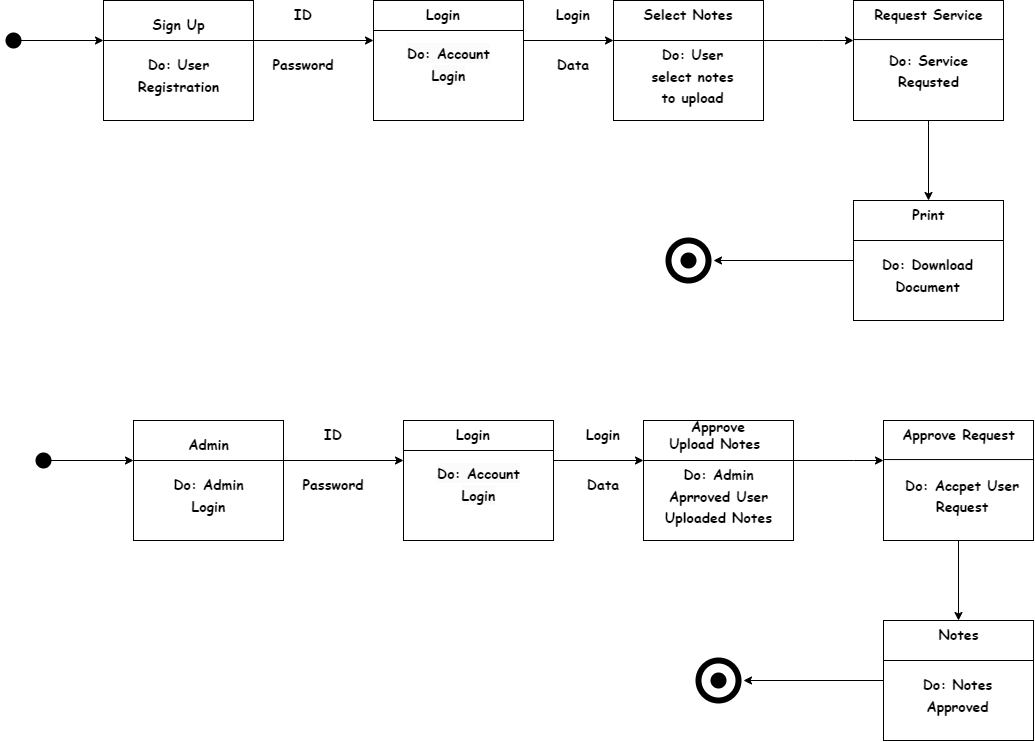
prathamjc/TY-project keeps this draw.io diagram as Diagrams/State Chart.png. Above is the earlier version. Source tidied: cells renumbered, new cells last; positions are measured from the earlier drawing's top-left corner, leaving out a move shared by most shapes.
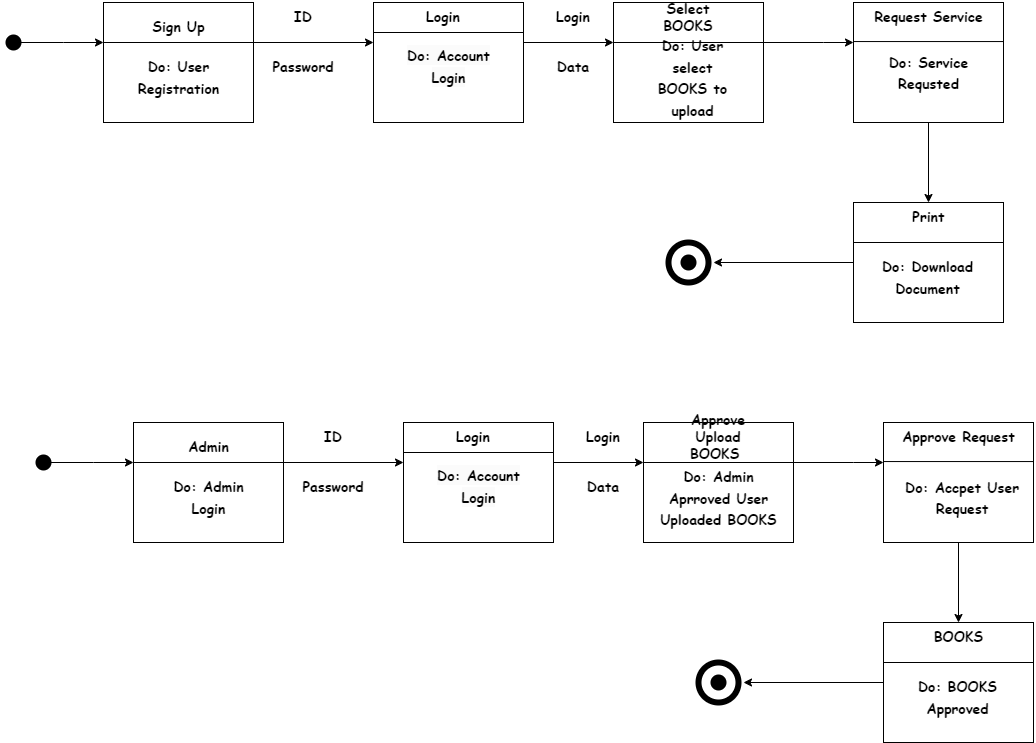
The same file after the commit.

Change to the diagram source:
```diff
@@ -66,10 +66,10 @@
         <mxPoint x="760" y="40" as="targetPoint" />
       </mxGeometry>
     </mxCell>
-    <mxCell id="19" value="&lt;b&gt;Select Notes&lt;/b&gt;" style="text;html=1;strokeColor=none;fillColor=none;align=center;verticalAlign=middle;whiteSpace=wrap;rounded=0;fontSize=14;fontFamily=Comic Sans MS;" parent="1" vertex="1">
+    <mxCell id="19" value="&lt;b&gt;Select BOOKS&lt;/b&gt;" style="text;html=1;strokeColor=none;fillColor=none;align=center;verticalAlign=middle;whiteSpace=wrap;rounded=0;fontSize=14;fontFamily=Comic Sans MS;" parent="1" vertex="1">
       <mxGeometry x="635" width="100" height="30" as="geometry" />
     </mxCell>
-    <mxCell id="20" value="&lt;br style=&quot;border-color: var(--border-color);&quot;&gt;&lt;b style=&quot;border-color: var(--border-color);&quot;&gt;&lt;font style=&quot;border-color: var(--border-color); font-size: 14px;&quot; face=&quot;Comic Sans MS&quot;&gt;Do: User select notes to upload&lt;/font&gt;&lt;/b&gt;" style="text;html=1;strokeColor=none;fillColor=none;align=center;verticalAlign=middle;whiteSpace=wrap;rounded=0;fontSize=18;" parent="1" vertex="1">
+    <mxCell id="20" value="&lt;br style=&quot;border-color: var(--border-color);&quot;&gt;&lt;b style=&quot;border-color: var(--border-color);&quot;&gt;&lt;font style=&quot;border-color: var(--border-color); font-size: 14px;&quot; face=&quot;Comic Sans MS&quot;&gt;Do: User select BOOKS to upload&lt;/font&gt;&lt;/b&gt;" style="text;html=1;strokeColor=none;fillColor=none;align=center;verticalAlign=middle;whiteSpace=wrap;rounded=0;fontSize=18;" parent="1" vertex="1">
       <mxGeometry x="642.5" y="50" width="92.5" height="30" as="geometry" />
     </mxCell>
     <mxCell id="21" style="endArrow=classic;html=1;rounded=0;fontFamily=Comic Sans MS;fontSize=14;" parent="1" edge="1">
@@ -192,10 +192,10 @@
         <mxPoint x="790" y="460" as="targetPoint" />
       </mxGeometry>
     </mxCell>
-    <mxCell id="52" value="&lt;b&gt;Approve Upload Notes&amp;nbsp;&lt;/b&gt;" style="text;html=1;strokeColor=none;fillColor=none;align=center;verticalAlign=middle;whiteSpace=wrap;rounded=0;fontSize=14;fontFamily=Comic Sans MS;" parent="1" vertex="1">
+    <mxCell id="52" value="&lt;b&gt;Approve Upload BOOKS&amp;nbsp;&lt;/b&gt;" style="text;html=1;strokeColor=none;fillColor=none;align=center;verticalAlign=middle;whiteSpace=wrap;rounded=0;fontSize=14;fontFamily=Comic Sans MS;" parent="1" vertex="1">
       <mxGeometry x="665" y="420" width="100" height="30" as="geometry" />
     </mxCell>
-    <mxCell id="53" value="&lt;br style=&quot;border-color: var(--border-color);&quot;&gt;&lt;b style=&quot;border-color: var(--border-color);&quot;&gt;&lt;font style=&quot;border-color: var(--border-color); font-size: 14px;&quot; face=&quot;Comic Sans MS&quot;&gt;Do: Admin Aprroved User Uploaded Notes&lt;/font&gt;&lt;/b&gt;" style="text;html=1;strokeColor=none;fillColor=none;align=center;verticalAlign=middle;whiteSpace=wrap;rounded=0;fontSize=18;" parent="1" vertex="1">
+    <mxCell id="53" value="&lt;br style=&quot;border-color: var(--border-color);&quot;&gt;&lt;b style=&quot;border-color: var(--border-color);&quot;&gt;&lt;font style=&quot;border-color: var(--border-color); font-size: 14px;&quot; face=&quot;Comic Sans MS&quot;&gt;Do: Admin Aprroved User Uploaded BOOKS&lt;/font&gt;&lt;/b&gt;" style="text;html=1;strokeColor=none;fillColor=none;align=center;verticalAlign=middle;whiteSpace=wrap;rounded=0;fontSize=18;" parent="1" vertex="1">
       <mxGeometry x="652.5" y="470" width="125" height="30" as="geometry" />
     </mxCell>
     <mxCell id="54" style="endArrow=classic;html=1;rounded=0;fontFamily=Comic Sans MS;fontSize=14;" parent="1" edge="1">
@@ -234,10 +234,10 @@
         <mxPoint x="1030" y="660" as="targetPoint" />
       </mxGeometry>
     </mxCell>
-    <mxCell id="62" value="&lt;b&gt;Notes&lt;/b&gt;" style="text;html=1;strokeColor=none;fillColor=none;align=center;verticalAlign=middle;whiteSpace=wrap;rounded=0;fontSize=14;fontFamily=Comic Sans MS;" parent="1" vertex="1">
+    <mxCell id="62" value="&lt;b&gt;BOOKS&lt;/b&gt;" style="text;html=1;strokeColor=none;fillColor=none;align=center;verticalAlign=middle;whiteSpace=wrap;rounded=0;fontSize=14;fontFamily=Comic Sans MS;" parent="1" vertex="1">
       <mxGeometry x="892.5" y="620" width="125" height="30" as="geometry" />
     </mxCell>
-    <mxCell id="63" value="&lt;b style=&quot;border-color: var(--border-color);&quot;&gt;&lt;font style=&quot;border-color: var(--border-color); font-size: 14px;&quot; face=&quot;Comic Sans MS&quot;&gt;Do: Notes Approved&lt;br&gt;&lt;/font&gt;&lt;/b&gt;" style="text;html=1;strokeColor=none;fillColor=none;align=center;verticalAlign=middle;whiteSpace=wrap;rounded=0;fontSize=18;" parent="1" vertex="1">
+    <mxCell id="63" value="&lt;b style=&quot;border-color: var(--border-color);&quot;&gt;&lt;font style=&quot;border-color: var(--border-color); font-size: 14px;&quot; face=&quot;Comic Sans MS&quot;&gt;Do: BOOKS Approved&lt;br&gt;&lt;/font&gt;&lt;/b&gt;" style="text;html=1;strokeColor=none;fillColor=none;align=center;verticalAlign=middle;whiteSpace=wrap;rounded=0;fontSize=18;" parent="1" vertex="1">
       <mxGeometry x="899.4" y="680" width="111.2" height="30" as="geometry" />
     </mxCell>
     <mxCell id="64" style="endArrow=classic;html=1;rounded=0;fontFamily=Comic Sans MS;fontSize=12;exitX=0;exitY=0.5;exitDx=0;exitDy=0;" parent="1" edge="1" source="59">
```
